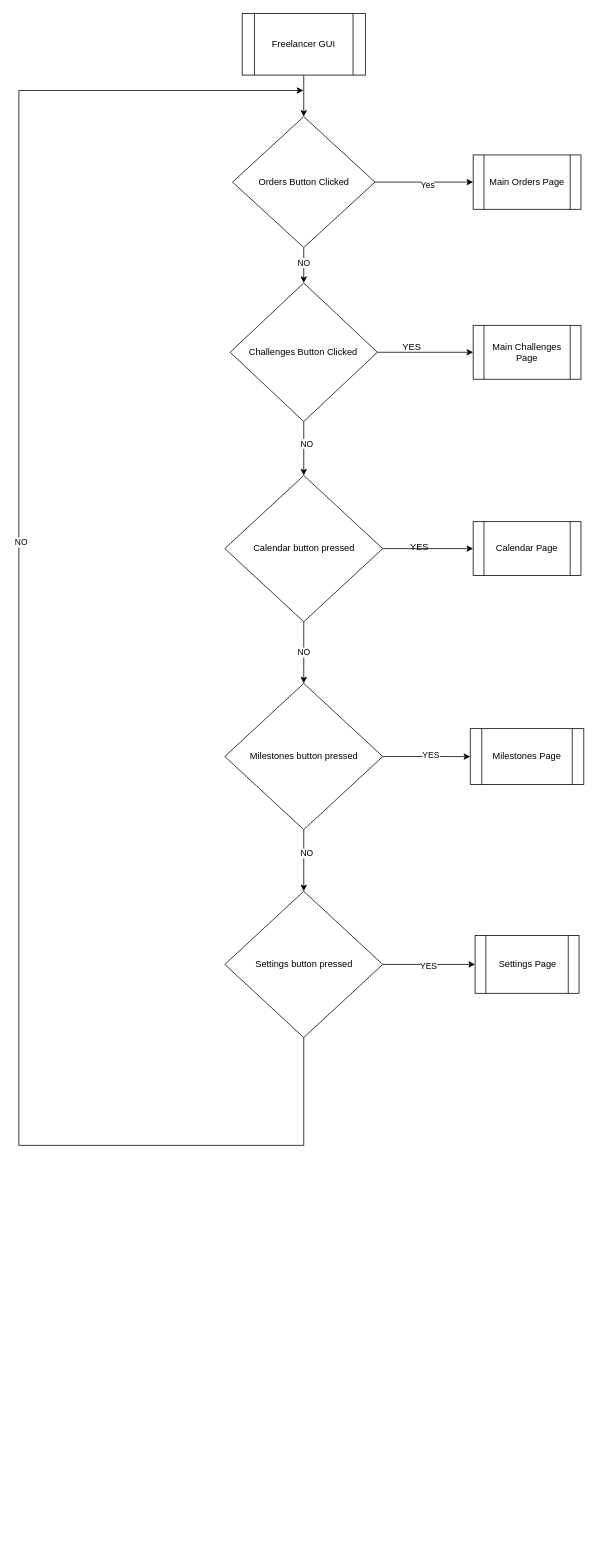
Above: FreelancerMainGUiDiagram.drawio in trndnd/ALevelTkinterWork (draw.io), before the change. Source tidied: cells renumbered, new cells numbered last; positions are measured from the earlier drawing's top-left corner, leaving out a move shared by most shapes. Both pictures are drawn from the tidied source at 77%, with x=0, y=0 at pixel (18, 13).
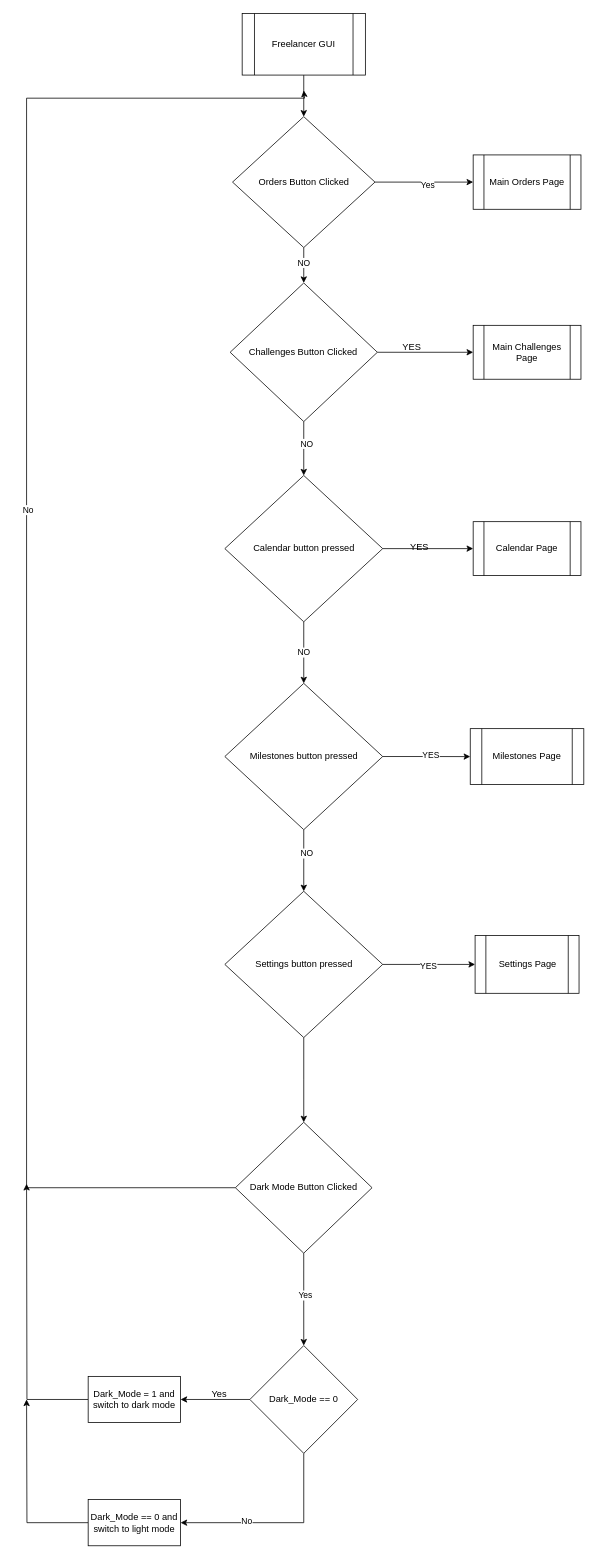
After the change.

Unchanged cells that the change refers to:
```xml
<mxCell id="29" value="Settings button pressed" style="rhombus;whiteSpace=wrap;html=1;" parent="1" vertex="1">
  <mxGeometry x="267.5" y="1140" width="205" height="190" as="geometry" />
</mxCell>
```

Change to the diagram source:
```diff
@@
-    <mxCell id="27" style="edgeStyle=orthogonalEdgeStyle;rounded=0;jettySize=auto;html=1;exitX=0.5;exitY=1;exitDx=0;exitDy=0;" parent="1" edge="1" source="29">
-      <mxGeometry relative="1" as="geometry">
-        <mxPoint x="369.5" y="100" as="targetPoint" />
-        <Array as="points">
-          <mxPoint x="370" y="1470" />
-          <mxPoint y="1470" />
-          <mxPoint y="100" />
-        </Array>
-      </mxGeometry>
-    </mxCell>
-    <mxCell id="28" value="NO" style="edgeLabel;html=1;align=center;verticalAlign=middle;" parent="27" vertex="1">
-      <mxGeometry x="0.15" y="-2" relative="1" as="geometry">
-        <mxPoint y="-1" as="offset" />
-      </mxGeometry>
-    </mxCell>
+    <mxCell id="33" style="edgeStyle=orthogonalEdgeStyle;rounded=0;jettySize=auto;html=1;exitX=0.5;exitY=1;exitDx=0;exitDy=0;" parent="1" edge="1" source="29" target="38">
+      <mxGeometry relative="1" as="geometry" />
+    </mxCell>
@@
+    <mxCell id="34" style="edgeStyle=orthogonalEdgeStyle;rounded=0;jettySize=auto;html=1;exitX=0;exitY=0.5;exitDx=0;exitDy=0;" parent="1" edge="1" source="38">
+      <mxGeometry relative="1" as="geometry">
+        <mxPoint x="370" y="100" as="targetPoint" />
+        <Array as="points">
+          <mxPoint x="10" y="1525" />
+          <mxPoint x="10" y="110" />
+          <mxPoint x="371" y="110" />
+          <mxPoint x="371" y="100" />
+        </Array>
+      </mxGeometry>
+    </mxCell>
+    <mxCell id="35" value="No" style="edgeLabel;html=1;align=center;verticalAlign=middle;" parent="34" vertex="1">
+      <mxGeometry x="0.12" y="-1" relative="1" as="geometry" />
+    </mxCell>
+    <mxCell id="36" style="edgeStyle=orthogonalEdgeStyle;rounded=0;jettySize=auto;html=1;exitX=0.5;exitY=1;exitDx=0;exitDy=0;entryX=0.5;entryY=0;entryDx=0;entryDy=0;" parent="1" edge="1" source="38" target="42">
+      <mxGeometry relative="1" as="geometry" />
+    </mxCell>
+    <mxCell id="37" value="Yes" style="edgeLabel;html=1;align=center;verticalAlign=middle;" parent="36" vertex="1">
+      <mxGeometry x="-0.08" y="2" relative="1" as="geometry" />
+    </mxCell>
+    <mxCell id="38" value="Dark Mode Button Clicked" style="rhombus;whiteSpace=wrap;html=1;" parent="1" vertex="1">
+      <mxGeometry x="281.2" y="1440" width="177.5" height="170" as="geometry" />
+    </mxCell>
+    <mxCell id="39" style="edgeStyle=orthogonalEdgeStyle;rounded=0;jettySize=auto;html=1;" parent="1" edge="1" source="42" target="44">
+      <mxGeometry relative="1" as="geometry" />
+    </mxCell>
+    <mxCell id="40" style="edgeStyle=orthogonalEdgeStyle;rounded=0;jettySize=auto;html=1;exitX=0.5;exitY=1;exitDx=0;exitDy=0;entryX=1;entryY=0.5;entryDx=0;entryDy=0;" parent="1" edge="1" source="42" target="47">
+      <mxGeometry relative="1" as="geometry" />
+    </mxCell>
+    <mxCell id="41" value="No" style="edgeLabel;html=1;align=center;verticalAlign=middle;" parent="40" vertex="1">
+      <mxGeometry x="0.32" y="-3" relative="1" as="geometry" />
+    </mxCell>
+    <mxCell id="42" value="Dark_Mode == 0" style="rhombus;whiteSpace=wrap;html=1;" parent="1" vertex="1">
+      <mxGeometry x="300" y="1730" width="140" height="140" as="geometry" />
+    </mxCell>
+    <mxCell id="43" style="edgeStyle=orthogonalEdgeStyle;rounded=0;jettySize=auto;html=1;exitX=0;exitY=0.5;exitDx=0;exitDy=0;" parent="1" edge="1" source="44">
+      <mxGeometry relative="1" as="geometry">
+        <mxPoint x="10" y="1520" as="targetPoint" />
+      </mxGeometry>
+    </mxCell>
+    <mxCell id="44" value="Dark_Mode = 1 and switch to dark mode" style="whiteSpace=wrap;html=1;" parent="1" vertex="1">
+      <mxGeometry x="90" y="1770" width="120" height="60" as="geometry" />
+    </mxCell>
+    <mxCell id="45" value="Yes" style="text;html=1;align=center;verticalAlign=middle;strokeColor=none;fillColor=none;" parent="1" vertex="1">
+      <mxGeometry x="240" y="1778" width="40" height="30" as="geometry" />
+    </mxCell>
+    <mxCell id="46" style="edgeStyle=orthogonalEdgeStyle;rounded=0;jettySize=auto;html=1;exitX=0;exitY=0.5;exitDx=0;exitDy=0;" parent="1" edge="1" source="47">
+      <mxGeometry relative="1" as="geometry">
+        <mxPoint x="10" y="1800" as="targetPoint" />
+      </mxGeometry>
+    </mxCell>
+    <mxCell id="47" value="Dark_Mode == 0 and switch to light mode" style="whiteSpace=wrap;html=1;" parent="1" vertex="1">
+      <mxGeometry x="90" y="1930" width="120" height="60" as="geometry" />
+    </mxCell>
```
